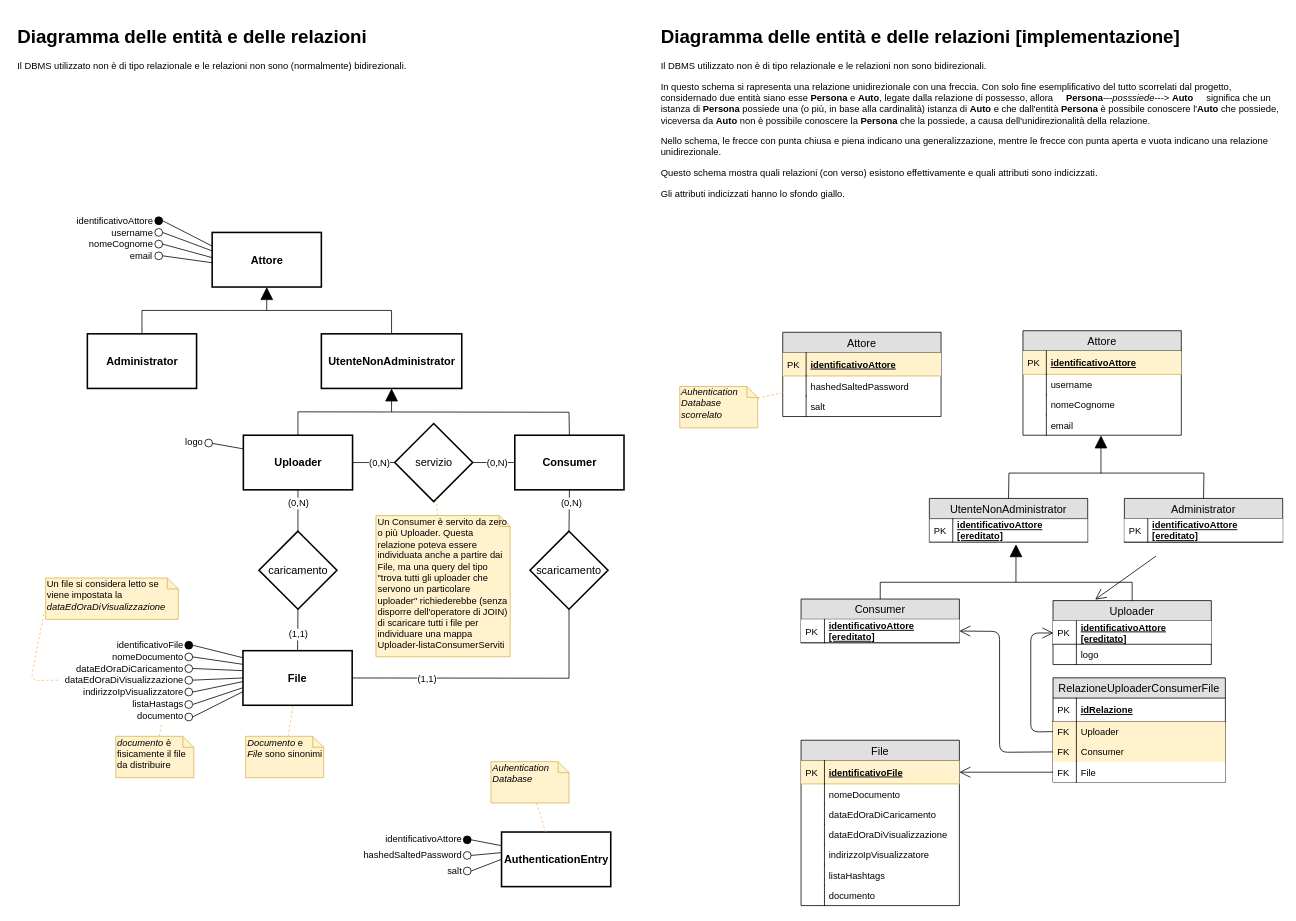
Above: algoritmi schemi e note progettuali/diagramma ER/diagramma_er.drawio in matteoferfoglia/progetto-progrweb-2020 (draw.io), before the change. Source tidied: cells renumbered, new cells numbered last; positions are measured from the earlier drawing's top-left corner, leaving out a move shared by most shapes. Both pictures are drawn from the tidied source at 78%, with x=0, y=0 at pixel (13, 20).
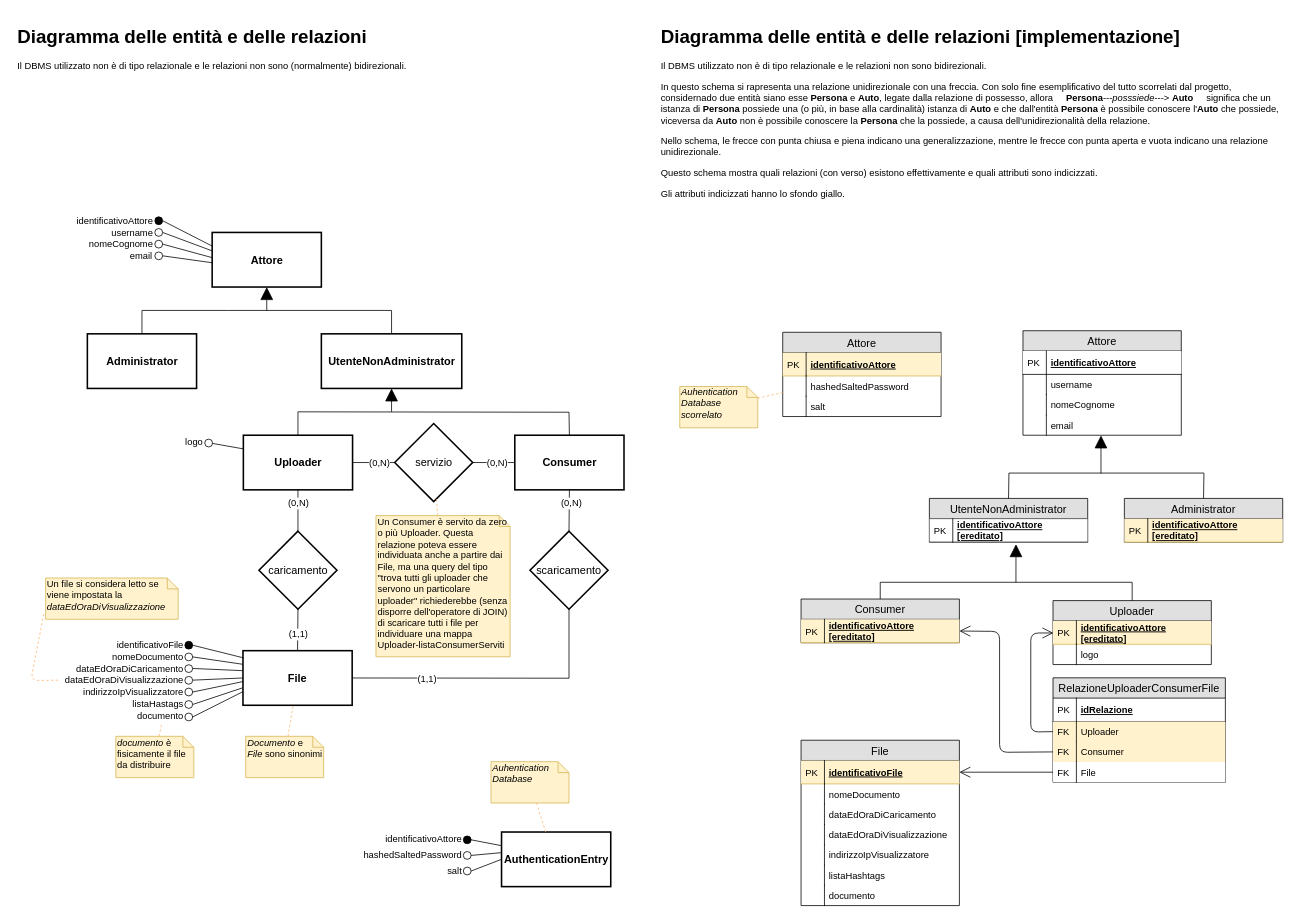
After the change.

The change refers to these unchanged cells:
```xml
<mxCell id="168" value="Uploader" style="swimlane;fontStyle=0;horizontal=1;startSize=26;fillColor=#e0e0e0;swimlaneFillColor=#ffffff;align=center;fontSize=14;" parent="1" vertex="1">
  <mxGeometry x="1332.5" y="743.5" width="203" height="82" as="geometry" />
</mxCell>
<mxCell id="173" value="Consumer" style="swimlane;fontStyle=0;horizontal=1;startSize=26;fillColor=#e0e0e0;swimlaneFillColor=#ffffff;align=center;fontSize=14;" parent="1" vertex="1">
  <mxGeometry x="1009.5" y="741.5" width="203" height="56" as="geometry" />
</mxCell>
<mxCell id="181" value="Administrator" style="swimlane;fontStyle=0;horizontal=1;startSize=26;fillColor=#e0e0e0;swimlaneFillColor=#ffffff;align=center;fontSize=14;" parent="1" vertex="1">
  <mxGeometry x="1424" y="612.5" width="203" height="56" as="geometry" />
</mxCell>
<mxCell id="189" value="Attore" style="swimlane;fontStyle=0;horizontal=1;startSize=26;fillColor=#e0e0e0;swimlaneFillColor=#ffffff;align=center;fontSize=14;" parent="1" vertex="1">
  <mxGeometry x="1294" y="397.5" width="203" height="134" as="geometry" />
</mxCell>
```

The edit, as a diff of the source:
```diff
@@
-    <mxCell id="142" style="endArrow=open;html=1;strokeColor=#000000;endFill=0;endSize=12;exitX=0.5;exitY=1;exitDx=0;exitDy=0;entryX=0.5;entryY=0;entryDx=0;entryDy=0;" parent="1" edge="1">
-      <mxGeometry relative="1" as="geometry">
-        <mxPoint x="1464.5" y="686.5" as="sourcePoint" />
-        <mxPoint x="1386.5" y="742.2" as="targetPoint" />
-      </mxGeometry>
-    </mxCell>
@@
-    <mxCell id="169" value="identificativoAttore&#10;[ereditato]" style="shape=partialRectangle;top=0;left=0;right=0;bottom=1;align=left;verticalAlign=middle;spacingLeft=34;spacingRight=4;overflow=hidden;fontStyle=5;fontSize=12;strokeWidth=1;" parent="168" vertex="1">
+    <mxCell id="169" value="identificativoAttore&#10;[ereditato]" style="shape=partialRectangle;top=0;left=0;right=0;bottom=1;align=left;verticalAlign=middle;spacingLeft=34;spacingRight=4;overflow=hidden;fontStyle=5;fontSize=12;strokeWidth=1;fillColor=#fff2cc;strokeColor=#d6b656;" parent="168" vertex="1">
       <mxGeometry y="26" width="203" height="30" as="geometry" />
     </mxCell>
@@
-    <mxCell id="174" value="identificativoAttore&#10;[ereditato]" style="shape=partialRectangle;top=0;left=0;right=0;bottom=1;align=left;verticalAlign=middle;spacingLeft=34;spacingRight=4;overflow=hidden;points=[[0,0.5],[1,0.5]];portConstraint=eastwest;fontStyle=5;fontSize=12;strokeWidth=1;" parent="173" vertex="1">
+    <mxCell id="174" value="identificativoAttore&#10;[ereditato]" style="shape=partialRectangle;top=0;left=0;right=0;bottom=1;align=left;verticalAlign=middle;spacingLeft=34;spacingRight=4;overflow=hidden;points=[[0,0.5],[1,0.5]];portConstraint=eastwest;fontStyle=5;fontSize=12;strokeWidth=1;fillColor=#fff2cc;strokeColor=#d6b656;" parent="173" vertex="1">
       <mxGeometry y="26" width="203" height="30" as="geometry" />
     </mxCell>
@@
-    <mxCell id="182" value="identificativoAttore&#10;[ereditato]" style="shape=partialRectangle;top=0;left=0;right=0;bottom=1;align=left;verticalAlign=middle;spacingLeft=34;spacingRight=4;overflow=hidden;fontStyle=5;fontSize=12;strokeWidth=1;" parent="181" vertex="1">
+    <mxCell id="182" value="identificativoAttore&#10;[ereditato]" style="shape=partialRectangle;top=0;left=0;right=0;bottom=1;align=left;verticalAlign=middle;spacingLeft=34;spacingRight=4;overflow=hidden;fontStyle=5;fontSize=12;strokeWidth=1;fillColor=#fff2cc;strokeColor=#d6b656;" parent="181" vertex="1">
       <mxGeometry y="26" width="203" height="30" as="geometry" />
     </mxCell>
@@
-    <mxCell id="190" value="identificativoAttore" style="shape=partialRectangle;top=0;left=0;right=0;bottom=1;align=left;verticalAlign=middle;fillColor=#fff2cc;spacingLeft=34;spacingRight=4;overflow=hidden;fontStyle=5;fontSize=12;strokeColor=#d6b656;" parent="189" vertex="1">
+    <mxCell id="190" value="identificativoAttore" style="shape=partialRectangle;top=0;left=0;right=0;bottom=1;align=left;verticalAlign=middle;spacingLeft=34;spacingRight=4;overflow=hidden;fontStyle=5;fontSize=12;" parent="189" vertex="1">
       <mxGeometry y="26" width="203" height="30" as="geometry" />
     </mxCell>
```
